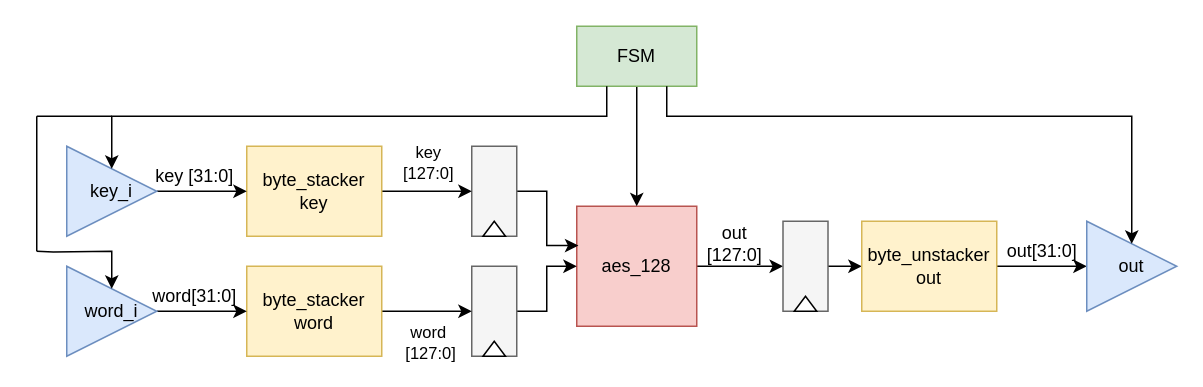
The draw.io diagram doc/figures/hwpe_aes.drawio in sevjaeg/hwpe-aes, before the edit. Source tidied: cells renumbered, new cells numbered last; positions are measured from the earlier drawing's top-left corner, leaving out a move shared by most shapes. Both pictures are drawn from the tidied source at 150%, with x=0, y=0 at pixel (36, 26).
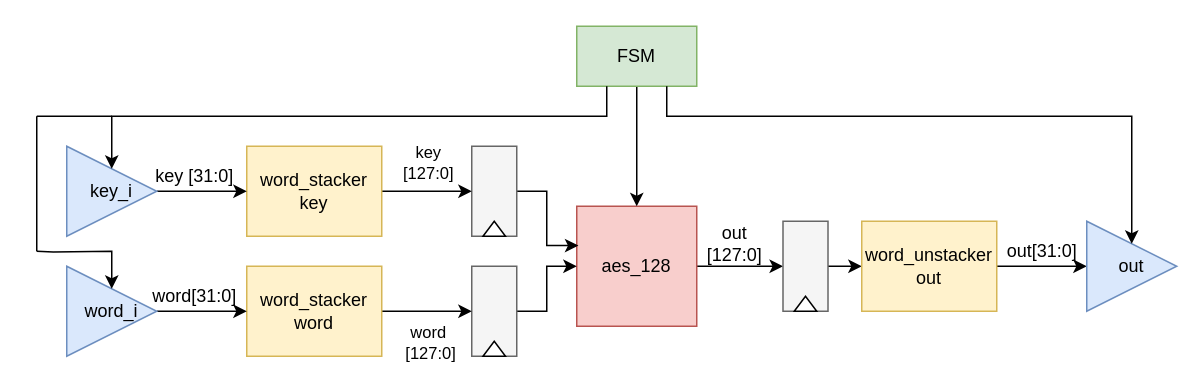
Above is the later version.

Change to the diagram source:
```diff
@@
-    <mxCell id="11" value="byte_stacker key" style="rounded=0;whiteSpace=wrap;html=1;fillColor=#fff2cc;strokeColor=#d6b656;" parent="1" vertex="1">
+    <mxCell id="11" value="word_stacker key" style="rounded=0;whiteSpace=wrap;html=1;fillColor=#fff2cc;strokeColor=#d6b656;" parent="1" vertex="1">
       <mxGeometry x="140" y="80" width="90" height="60" as="geometry" />
     </mxCell>
@@
-    <mxCell id="13" value="byte_stacker word" style="rounded=0;whiteSpace=wrap;html=1;fillColor=#fff2cc;strokeColor=#d6b656;" parent="1" vertex="1">
+    <mxCell id="13" value="word_stacker word" style="rounded=0;whiteSpace=wrap;html=1;fillColor=#fff2cc;strokeColor=#d6b656;" parent="1" vertex="1">
       <mxGeometry x="140" y="160" width="90" height="60" as="geometry" />
     </mxCell>
@@
-    <mxCell id="27" value="byte_unstacker out" style="rounded=0;whiteSpace=wrap;html=1;fillColor=#fff2cc;strokeColor=#d6b656;" parent="1" vertex="1">
+    <mxCell id="27" value="word_unstacker out" style="rounded=0;whiteSpace=wrap;html=1;fillColor=#fff2cc;strokeColor=#d6b656;" parent="1" vertex="1">
       <mxGeometry x="550" y="130" width="90" height="60" as="geometry" />
     </mxCell>
```
